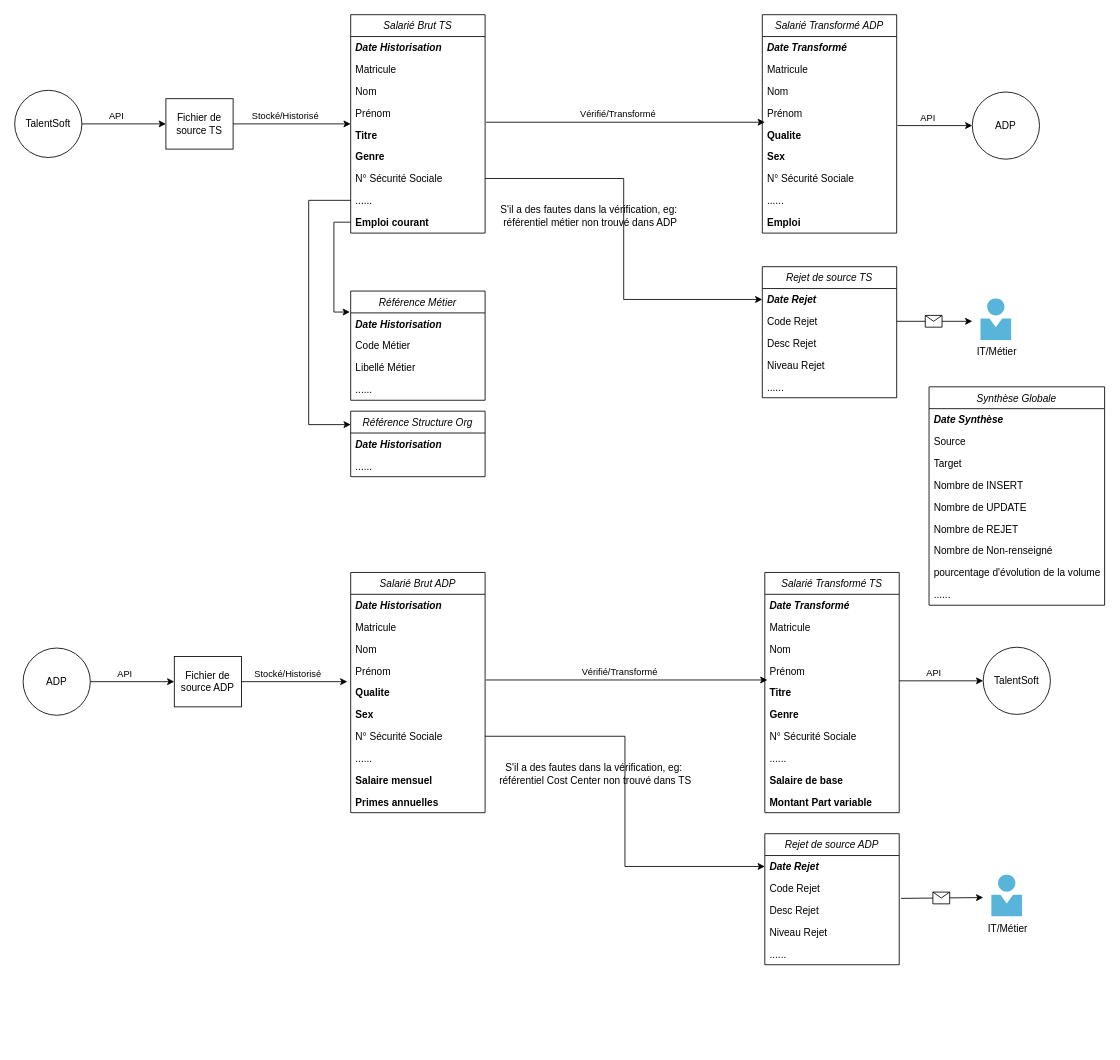
This is Schema Interface SIRH.drawio from YLIUSBI/Motul-Interface-SIRH, a draw.io file, before an edit. Source tidied: cells renumbered, new cells numbered last; positions are measured from the earlier drawing's top-left corner, leaving out a move shared by most shapes. Both pictures are drawn from the tidied source at 84%, with x=0, y=0 at pixel (14, 14).
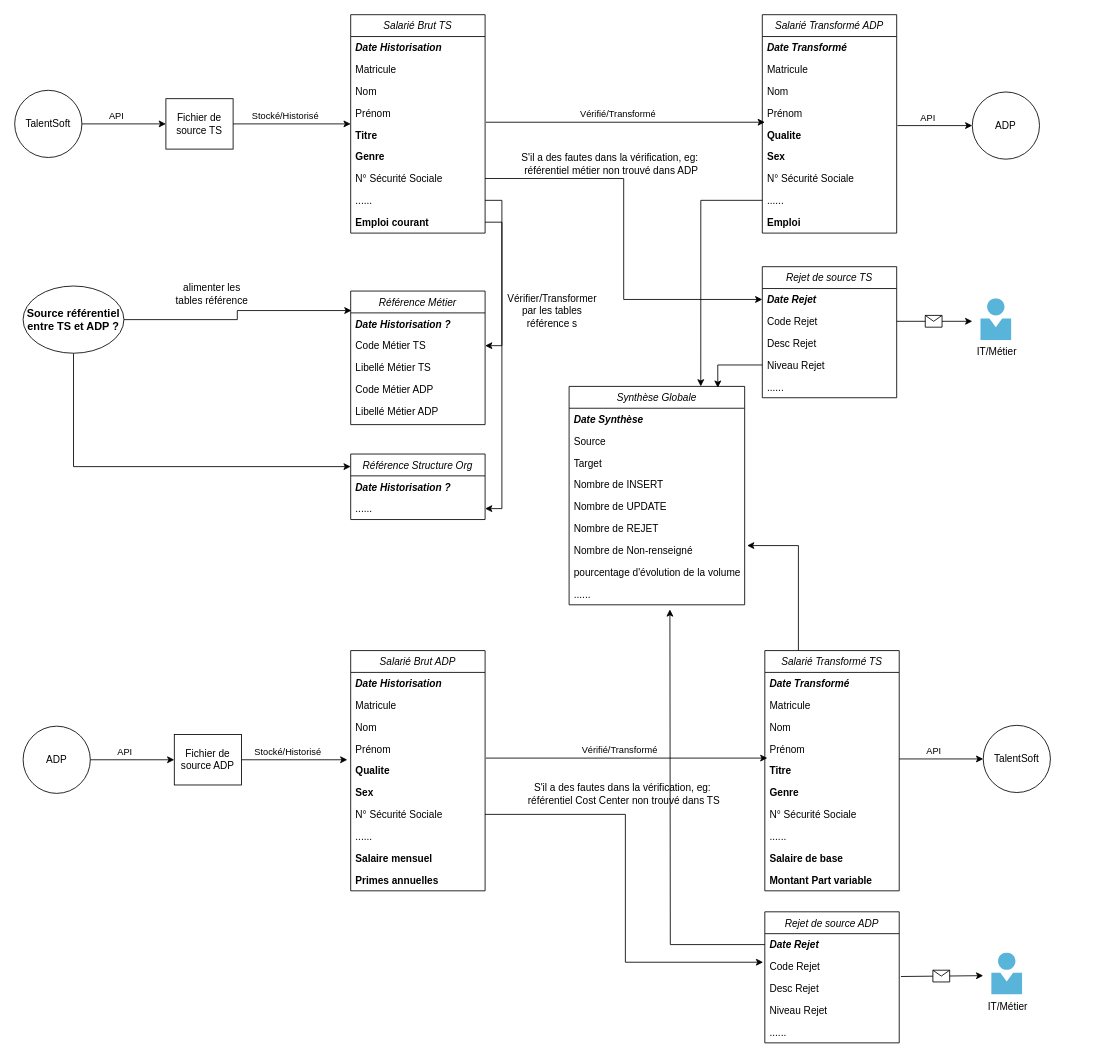
Above is the later version.

Commit message (it also covers changes not shown here):
Mettre à jour Schema Interface SIRH.drawio

Unchanged cells that the change refers to:
```xml
<mxCell id="10" value="......" style="text;align=left;verticalAlign=top;spacingLeft=4;spacingRight=4;overflow=hidden;points=[[0,0.5],[1,0.5]];portConstraint=eastwest;rounded=0;shadow=0;html=0;" parent="2" vertex="1">
  <mxGeometry y="208" width="160" height="26" as="geometry" />
</mxCell>
<mxCell id="11" value="Emploi courant" style="text;align=left;verticalAlign=top;spacingLeft=4;spacingRight=4;overflow=hidden;points=[[0,0.5],[1,0.5]];portConstraint=eastwest;rounded=0;shadow=0;html=0;fontStyle=1;" parent="2" vertex="1">
  <mxGeometry y="234" width="160" height="26" as="geometry" />
</mxCell>
<mxCell id="22" value="......" style="text;align=left;verticalAlign=top;spacingLeft=4;spacingRight=4;overflow=hidden;points=[[0,0.5],[1,0.5]];portConstraint=eastwest;" parent="20" vertex="1">
  <mxGeometry y="52" width="160" height="26" as="geometry" />
</mxCell>
<mxCell id="34" value="......" style="text;align=left;verticalAlign=top;spacingLeft=4;spacingRight=4;overflow=hidden;points=[[0,0.5],[1,0.5]];portConstraint=eastwest;rounded=0;shadow=0;html=0;" parent="26" vertex="1">
  <mxGeometry y="208" width="160" height="26" as="geometry" />
</mxCell>
<mxCell id="45" value="Niveau Rejet" style="text;align=left;verticalAlign=top;spacingLeft=4;spacingRight=4;overflow=hidden;points=[[0,0.5],[1,0.5]];portConstraint=eastwest;fontStyle=0;" parent="41" vertex="1">
  <mxGeometry y="104" width="160" height="26" as="geometry" />
</mxCell>
<mxCell id="56" value="N° Sécurité Sociale&#10;" style="text;align=left;verticalAlign=top;spacingLeft=4;spacingRight=4;overflow=hidden;points=[[0,0.5],[1,0.5]];portConstraint=eastwest;rounded=0;shadow=0;html=0;" parent="49" vertex="1">
  <mxGeometry y="182" width="160" height="26" as="geometry" />
</mxCell>
<mxCell id="83" value="Date Rejet" style="text;align=left;verticalAlign=top;spacingLeft=4;spacingRight=4;overflow=hidden;points=[[0,0.5],[1,0.5]];portConstraint=eastwest;fontStyle=3;" parent="82" vertex="1">
  <mxGeometry y="26" width="160" height="26" as="geometry" />
</mxCell>
<mxCell id="84" value="Code Rejet" style="text;align=left;verticalAlign=top;spacingLeft=4;spacingRight=4;overflow=hidden;points=[[0,0.5],[1,0.5]];portConstraint=eastwest;" parent="82" vertex="1">
  <mxGeometry y="52" width="160" height="26" as="geometry" />
</mxCell>
<mxCell id="105" value="Nombre de Non-renseigné" style="text;align=left;verticalAlign=top;spacingLeft=4;spacingRight=4;overflow=hidden;points=[[0,0.5],[1,0.5]];portConstraint=eastwest;" parent="98" vertex="1">
  <mxGeometry y="182" width="209" height="26" as="geometry" />
</mxCell>
```

What changed in the source:
```diff
@@
     <mxCell id="15" value="Référence Métier" style="swimlane;fontStyle=2;align=center;verticalAlign=top;horizontal=1;startSize=26;rounded=0;shadow=0;strokeWidth=1;" parent="1" vertex="1">
-      <mxGeometry x="400" y="329" width="160" height="130" as="geometry" />
+      <mxGeometry x="400" y="329" width="160" height="159" as="geometry" />
     </mxCell>
-    <mxCell id="16" value="Date Historisation" style="text;align=left;verticalAlign=top;spacingLeft=4;spacingRight=4;overflow=hidden;fontStyle=3;" parent="15" vertex="1">
+    <mxCell id="16" value="Date Historisation ?" style="text;align=left;verticalAlign=top;spacingLeft=4;spacingRight=4;overflow=hidden;fontStyle=3;" parent="15" vertex="1">
       <mxGeometry y="26" width="160" height="26" as="geometry" />
     </mxCell>
-    <mxCell id="17" value="Code Métier" style="text;align=left;verticalAlign=top;spacingLeft=4;spacingRight=4;overflow=hidden;points=[[0,0.5],[1,0.5]];portConstraint=eastwest;" parent="15" vertex="1">
+    <mxCell id="17" value="Code Métier TS" style="text;align=left;verticalAlign=top;spacingLeft=4;spacingRight=4;overflow=hidden;points=[[0,0.5],[1,0.5]];portConstraint=eastwest;" parent="15" vertex="1">
       <mxGeometry y="52" width="160" height="26" as="geometry" />
     </mxCell>
-    <mxCell id="18" value="Libellé Métier" style="text;align=left;verticalAlign=top;spacingLeft=4;spacingRight=4;overflow=hidden;rounded=0;shadow=0;html=0;" parent="15" vertex="1">
+    <mxCell id="18" value="Libellé Métier TS" style="text;align=left;verticalAlign=top;spacingLeft=4;spacingRight=4;overflow=hidden;rounded=0;shadow=0;html=0;" parent="15" vertex="1">
       <mxGeometry y="78" width="160" height="26" as="geometry" />
     </mxCell>
-    <mxCell id="19" value="......" style="text;align=left;verticalAlign=top;spacingLeft=4;spacingRight=4;overflow=hidden;rounded=0;shadow=0;html=0;" parent="15" vertex="1">
-      <mxGeometry y="104" width="160" height="26" as="geometry" />
-    </mxCell>
+    <mxCell id="108" value="Code Métier ADP" style="text;align=left;verticalAlign=top;spacingLeft=4;spacingRight=4;overflow=hidden;" parent="15" vertex="1">
+      <mxGeometry y="104" width="160" height="26" as="geometry" />
+    </mxCell>
+    <mxCell id="109" value="Libellé Métier ADP" style="text;align=left;verticalAlign=top;spacingLeft=4;spacingRight=4;overflow=hidden;rounded=0;shadow=0;html=0;" parent="15" vertex="1">
+      <mxGeometry y="130" width="160" height="26" as="geometry" />
+    </mxCell>
     <mxCell id="20" value="Référence Structure Org" style="swimlane;fontStyle=2;align=center;verticalAlign=top;horizontal=1;startSize=26;rounded=0;shadow=0;strokeWidth=1;" parent="1" vertex="1">
-      <mxGeometry x="400" y="472" width="160" height="78" as="geometry" />
+      <mxGeometry x="400" y="523" width="160" height="78" as="geometry" />
     </mxCell>
-    <mxCell id="21" value="Date Historisation" style="text;align=left;verticalAlign=top;spacingLeft=4;spacingRight=4;overflow=hidden;fontStyle=3;" parent="20" vertex="1">
+    <mxCell id="21" value="Date Historisation ?" style="text;align=left;verticalAlign=top;spacingLeft=4;spacingRight=4;overflow=hidden;fontStyle=3;" parent="20" vertex="1">
       <mxGeometry y="26" width="160" height="26" as="geometry" />
     </mxCell>
@@
     <mxCell id="48" value="S'il a des fautes dans la vérification,&amp;nbsp;&lt;span style=&quot;background-color: initial;&quot;&gt;eg:&amp;nbsp;&lt;/span&gt;&lt;div&gt;&lt;span style=&quot;background-color: initial;&quot;&gt;référentiel métier non trouvé dans ADP&lt;/span&gt;&lt;/div&gt;" style="text;html=1;align=center;verticalAlign=middle;strokeColor=none;fillColor=none;" parent="1" vertex="1">
-      <mxGeometry x="565" y="220" width="240" height="40" as="geometry" />
+      <mxGeometry x="590" y="158" width="240" height="40" as="geometry" />
     </mxCell>
     <mxCell id="49" value="Salarié Brut ADP" style="swimlane;fontStyle=2;align=center;verticalAlign=top;horizontal=1;startSize=26;rounded=0;shadow=0;strokeWidth=1;" parent="1" vertex="1">
-      <mxGeometry x="400" y="664" width="160" height="286" as="geometry" />
+      <mxGeometry x="400" y="757" width="160" height="286" as="geometry" />
     </mxCell>
@@
     <mxCell id="60" value="ADP" style="ellipse;whiteSpace=wrap;html=1;" parent="1" vertex="1">
-      <mxGeometry x="10" y="754" width="80" height="80" as="geometry" />
+      <mxGeometry x="10" y="847" width="80" height="80" as="geometry" />
     </mxCell>
@@
     <mxCell id="63" value="Fichier de source ADP" style="rounded=0;whiteSpace=wrap;html=1;" parent="1" vertex="1">
-      <mxGeometry x="190" y="764" width="80" height="60" as="geometry" />
+      <mxGeometry x="190" y="857" width="80" height="60" as="geometry" />
     </mxCell>
@@
     <mxCell id="66" value="Salarié Transformé TS" style="swimlane;fontStyle=2;align=center;verticalAlign=top;horizontal=1;startSize=26;rounded=0;shadow=0;strokeWidth=1;" parent="1" vertex="1">
-      <mxGeometry x="893" y="664" width="160" height="286" as="geometry" />
+      <mxGeometry x="893" y="757" width="160" height="286" as="geometry" />
     </mxCell>
@@
     <mxCell id="79" value="TalentSoft" style="ellipse;whiteSpace=wrap;html=1;" parent="1" vertex="1">
-      <mxGeometry x="1153" y="753" width="80" height="80" as="geometry" />
+      <mxGeometry x="1153" y="846" width="80" height="80" as="geometry" />
     </mxCell>
@@
     <mxCell id="82" value="Rejet de source ADP" style="swimlane;fontStyle=2;align=center;verticalAlign=top;horizontal=1;startSize=26;rounded=0;shadow=0;strokeWidth=1;" parent="1" vertex="1">
-      <mxGeometry x="893" y="975" width="160" height="156" as="geometry" />
+      <mxGeometry x="893" y="1068" width="160" height="156" as="geometry" />
     </mxCell>
+    <mxCell id="110" style="edgeStyle=orthogonalEdgeStyle;rounded=0;jettySize=auto;html=1;exitX=0;exitY=0.5;exitDx=0;exitDy=0;" parent="82" edge="1" source="83">
+      <mxGeometry relative="1" as="geometry">
+        <mxPoint x="-113" y="-360" as="targetPoint" />
+      </mxGeometry>
+    </mxCell>
@@
-    <mxCell id="88" style="edgeStyle=orthogonalEdgeStyle;rounded=0;jettySize=auto;html=1;exitX=1;exitY=0.5;exitDx=0;exitDy=0;entryX=0;entryY=0.25;entryDx=0;entryDy=0;" parent="1" edge="1" source="56" target="82">
-      <mxGeometry relative="1" as="geometry" />
+    <mxCell id="88" style="edgeStyle=orthogonalEdgeStyle;rounded=0;jettySize=auto;html=1;exitX=1;exitY=0.5;exitDx=0;exitDy=0;" parent="1" edge="1" source="56">
+      <mxGeometry relative="1" as="geometry">
+        <mxPoint x="891" y="1128" as="targetPoint" />
+        <Array as="points">
+          <mxPoint x="727" y="952" />
+          <mxPoint x="727" y="1128" />
+          <mxPoint x="891" y="1128" />
+        </Array>
+      </mxGeometry>
     </mxCell>
     <mxCell id="89" value="S'il a des fautes dans la vérification,&amp;nbsp;&lt;span style=&quot;background-color: initial;&quot;&gt;eg:&amp;nbsp;&lt;/span&gt;&lt;div&gt;&lt;span style=&quot;background-color: initial;&quot;&gt;référentiel Cost Center non trouvé dans TS&lt;/span&gt;&lt;/div&gt;" style="text;html=1;align=center;verticalAlign=middle;strokeColor=none;fillColor=none;" parent="1" vertex="1">
-      <mxGeometry x="566" y="884" width="250" height="40" as="geometry" />
+      <mxGeometry x="600" y="908" width="250" height="40" as="geometry" />
     </mxCell>
@@
     <mxCell id="93" style="endArrow=classic;html=1;rounded=0;exitX=1.013;exitY=0.962;exitDx=0;exitDy=0;exitPerimeter=0;" parent="1" edge="1" source="84">
       <mxGeometry relative="1" as="geometry">
-        <mxPoint x="1153" y="1051" as="targetPoint" />
+        <mxPoint x="1153" y="1144" as="targetPoint" />
       </mxGeometry>
     </mxCell>
@@
     <mxCell id="95" value="IT/Métier" style="image;sketch=0;html=1;align=center;fontSize=12;image=img/lib/mscae/Person.svg;" parent="1" vertex="1">
-      <mxGeometry x="1163" y="1024" width="37" height="50" as="geometry" />
+      <mxGeometry x="1163" y="1117" width="37" height="50" as="geometry" />
     </mxCell>
-    <mxCell id="96" style="edgeStyle=orthogonalEdgeStyle;rounded=0;jettySize=auto;html=1;exitX=0;exitY=0.5;exitDx=0;exitDy=0;" parent="1" edge="1" source="10">
-      <mxGeometry relative="1" as="geometry">
-        <mxPoint x="400" y="488" as="targetPoint" />
-        <Array as="points">
-          <mxPoint x="350" y="221" />
-          <mxPoint x="350" y="488" />
-          <mxPoint x="400" y="488" />
-        </Array>
-      </mxGeometry>
-    </mxCell>
-    <mxCell id="97" style="edgeStyle=orthogonalEdgeStyle;rounded=0;jettySize=auto;html=1;exitX=0;exitY=0.5;exitDx=0;exitDy=0;entryX=-0.006;entryY=0.192;entryDx=0;entryDy=0;entryPerimeter=0;" parent="1" edge="1" source="11" target="15">
-      <mxGeometry relative="1" as="geometry" />
-    </mxCell>
     <mxCell id="98" value="Synthèse Globale" style="swimlane;fontStyle=2;align=center;verticalAlign=top;horizontal=1;startSize=26;rounded=0;shadow=0;strokeWidth=1;" parent="1" vertex="1">
-      <mxGeometry x="1088.5" y="443" width="209" height="260" as="geometry" />
+      <mxGeometry x="660" y="442.5" width="209" height="260" as="geometry" />
     </mxCell>
@@
+    <mxCell id="111" style="edgeStyle=orthogonalEdgeStyle;rounded=0;jettySize=auto;html=1;exitX=0;exitY=0.5;exitDx=0;exitDy=0;entryX=0.75;entryY=0;entryDx=0;entryDy=0;" parent="1" edge="1" source="34" target="98">
+      <mxGeometry relative="1" as="geometry" />
+    </mxCell>
+    <mxCell id="112" style="edgeStyle=orthogonalEdgeStyle;rounded=0;jettySize=auto;html=1;exitX=0;exitY=0.5;exitDx=0;exitDy=0;entryX=0.847;entryY=0.006;entryDx=0;entryDy=0;entryPerimeter=0;" parent="1" edge="1" source="45" target="98">
+      <mxGeometry relative="1" as="geometry" />
+    </mxCell>
+    <mxCell id="113" style="edgeStyle=orthogonalEdgeStyle;rounded=0;jettySize=auto;html=1;exitX=0.25;exitY=0;exitDx=0;exitDy=0;entryX=1.014;entryY=0.288;entryDx=0;entryDy=0;entryPerimeter=0;" parent="1" edge="1" source="66" target="105">
+      <mxGeometry relative="1" as="geometry" />
+    </mxCell>
+    <mxCell id="114" style="edgeStyle=orthogonalEdgeStyle;rounded=0;jettySize=auto;html=1;entryX=0.006;entryY=0.146;entryDx=0;entryDy=0;entryPerimeter=0;exitX=1;exitY=0.5;exitDx=0;exitDy=0;" parent="1" edge="1" source="117" target="15">
+      <mxGeometry relative="1" as="geometry" />
+    </mxCell>
+    <mxCell id="115" value="alimenter les tables référence" style="text;html=1;align=center;verticalAlign=middle;whiteSpace=wrap;rounded=0;" parent="1" vertex="1">
+      <mxGeometry x="190" y="318" width="90" height="30" as="geometry" />
+    </mxCell>
+    <mxCell id="116" style="edgeStyle=orthogonalEdgeStyle;rounded=0;jettySize=auto;html=1;" parent="1" edge="1" source="117" target="20">
+      <mxGeometry relative="1" as="geometry">
+        <Array as="points">
+          <mxPoint x="70" y="538" />
+        </Array>
+      </mxGeometry>
+    </mxCell>
+    <mxCell id="117" value="&lt;b style=&quot;font-size: 13px;&quot;&gt;Source référentiel entre TS et ADP ?&lt;/b&gt;" style="ellipse;whiteSpace=wrap;html=1;fontSize=13;" parent="1" vertex="1">
+      <mxGeometry x="10" y="323" width="120" height="80" as="geometry" />
+    </mxCell>
+    <mxCell id="118" style="edgeStyle=orthogonalEdgeStyle;rounded=0;jettySize=auto;html=1;exitX=1;exitY=0.5;exitDx=0;exitDy=0;entryX=1;entryY=0.5;entryDx=0;entryDy=0;" parent="1" edge="1" source="11" target="17">
+      <mxGeometry relative="1" as="geometry" />
+    </mxCell>
+    <mxCell id="119" style="edgeStyle=orthogonalEdgeStyle;rounded=0;jettySize=auto;html=1;exitX=1;exitY=0.5;exitDx=0;exitDy=0;entryX=1;entryY=0.5;entryDx=0;entryDy=0;" parent="1" edge="1" source="10" target="22">
+      <mxGeometry relative="1" as="geometry" />
+    </mxCell>
+    <mxCell id="120" value="Vérifier/Transformer par les tables référence s" style="text;html=1;align=center;verticalAlign=middle;whiteSpace=wrap;rounded=0;rotation=0;" parent="1" vertex="1">
+      <mxGeometry x="610" y="338" width="60" height="30" as="geometry" />
+    </mxCell>
```
